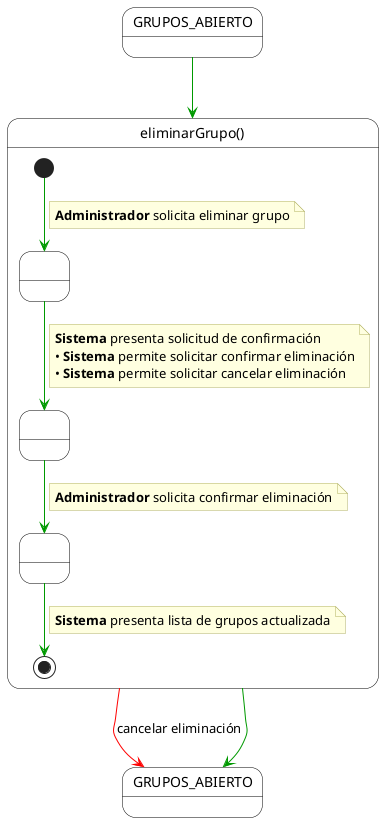
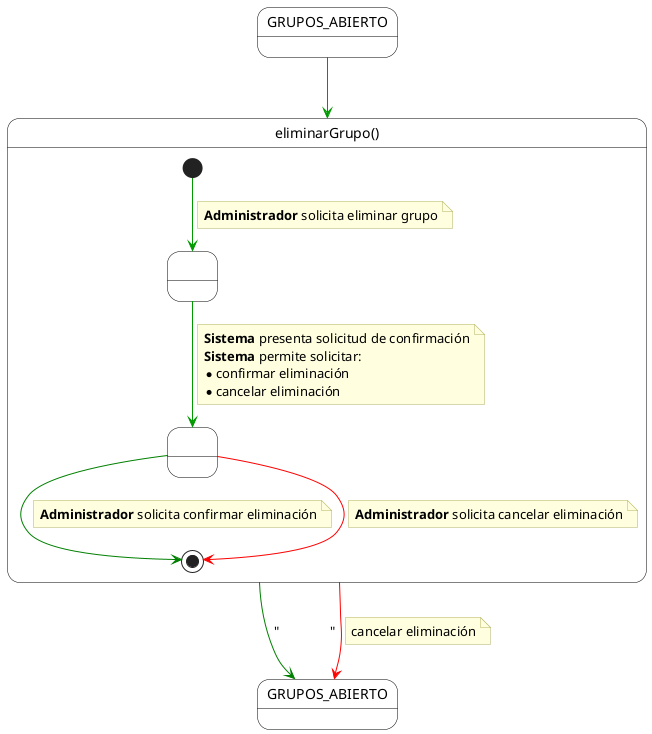
@startuml eliminarGrupo
skinparam monochrome false
skinparam shadow false
top to bottom direction

skinparam state {
    BackgroundColor White
    BorderColor Black
    ArrowColor #009900
+     StartColor Black
+     EndColor Black
}

skinparam note {
    BackgroundColor #FFFFE0
    BorderColor #B0B060
+     FontName Arial
}

state "GRUPOS_ABIERTO" as Inicio

state "eliminarGrupo()" as EliminarGrupoContainer {
-     state " " as Paso1
-     state " " as Paso2
-     state " " as Paso3

-     [*] --> Paso1
+     state " " as EstadoConfirmacion
+     state " " as EstadoDecision
+ 
+     [*] --> EstadoConfirmacion
    note on link
        **Administrador** solicita eliminar grupo
    end note

-     Paso1 --> Paso2
+     EstadoConfirmacion --> EstadoDecision
    note on link
        **Sistema** presenta solicitud de confirmación
-         • **Sistema** permite solicitar confirmar eliminación
-         • **Sistema** permite solicitar cancelar eliminación
+         **Sistema** permite solicitar:
+         * confirmar eliminación
+         * cancelar eliminación
    end note

-     Paso2 --> Paso3
+     EstadoDecision -[#green]down-> [*]
    note on link
        **Administrador** solicita confirmar eliminación
    end note

-     Paso3 --> [*]
+     EstadoDecision -[#red]down-> [*]
    note on link
-         **Sistema** presenta lista de grupos actualizada
+         **Administrador** solicita cancelar eliminación
    end note
}

state "GRUPOS_ABIERTO" as Fin

Inicio --> EliminarGrupoContainer
- EliminarGrupoContainer --> Fin
- EliminarGrupoContainer -[#red]right-> Fin : cancelar eliminación
+ 
+ EliminarGrupoContainer -[#green]-> Fin : "               "
+ 
+ EliminarGrupoContainer -[#red]-> Fin
+ note on link
+     cancelar eliminación
+ end note
+ 
@enduml